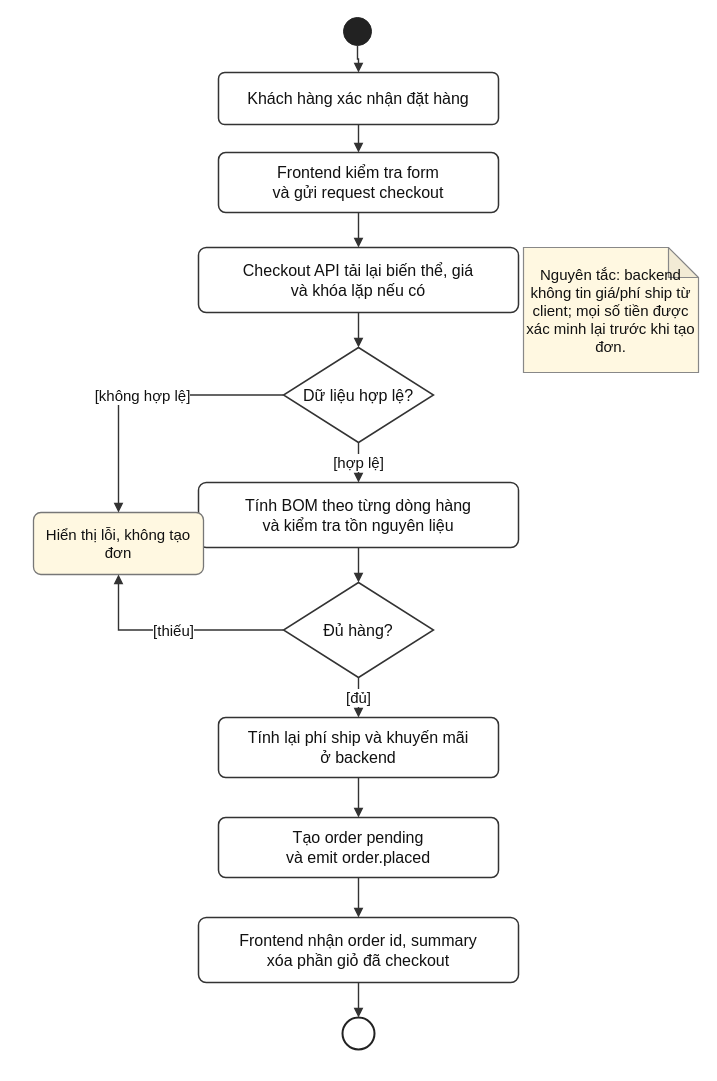
Before: docs/report/diagrams/checkout-sequence.drawio in pathust/mong.fruitboxz, a draw.io diagram. Source tidied: cells renumbered, new cells numbered last; positions are measured from the earlier drawing's top-left corner, leaving out a move shared by most shapes. Both pictures are drawn from the tidied source at 100%, with x=0, y=0 at pixel (33, 17).
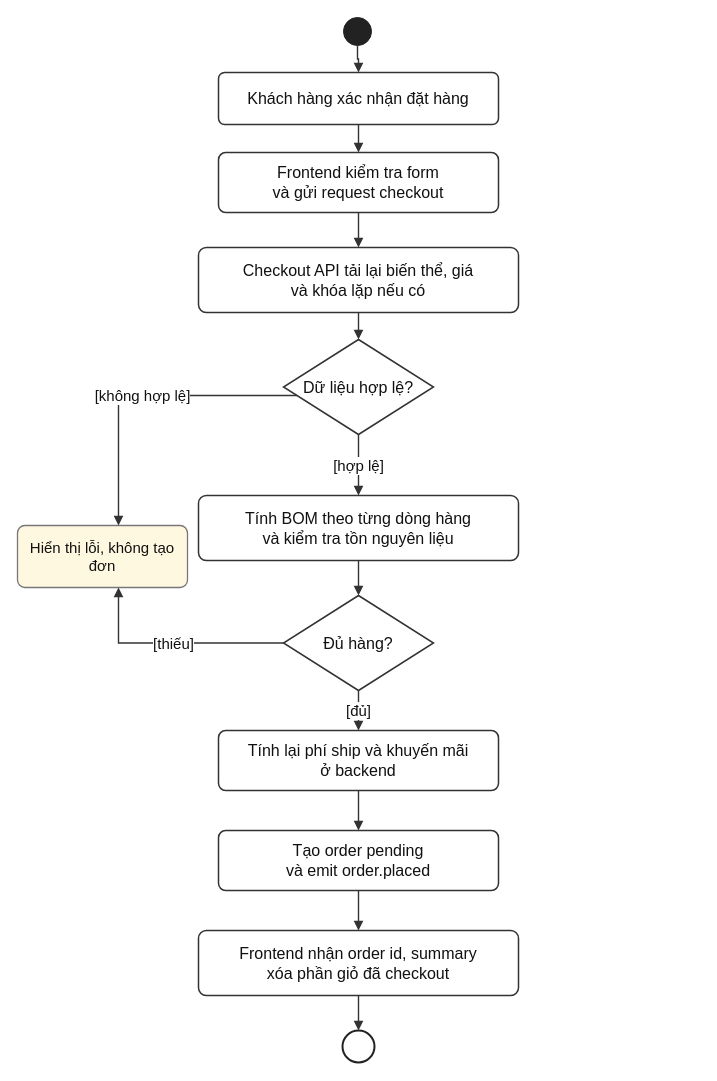
The same diagram, later.

Diff of the diagram source:
```diff
@@
     <mxCell id="6" value="Dữ liệu hợp lệ?" style="rhombus;whiteSpace=wrap;html=1;fillColor=#FFFFFF;strokeColor=#333333;strokeWidth=1.5;fontFamily=Arial;fontSize=16;fontColor=#111111;" parent="1" vertex="1">
-      <mxGeometry x="250" y="330" width="150" height="95" as="geometry" />
+      <mxGeometry x="250" y="322" width="150" height="95" as="geometry" />
     </mxCell>
     <mxCell id="7" value="Tính BOM theo từng dòng hàng&#10;và kiểm tra tồn nguyên liệu" style="rounded=1;arcSize=12;whiteSpace=wrap;html=1;fillColor=#FFFFFF;strokeColor=#333333;strokeWidth=1.5;fontFamily=Arial;fontSize=16;fontColor=#111111;" parent="1" vertex="1">
-      <mxGeometry x="165" y="465" width="320" height="65" as="geometry" />
+      <mxGeometry x="165" y="478" width="320" height="65" as="geometry" />
     </mxCell>
     <mxCell id="8" value="Đủ hàng?" style="rhombus;whiteSpace=wrap;html=1;fillColor=#FFFFFF;strokeColor=#333333;strokeWidth=1.5;fontFamily=Arial;fontSize=16;fontColor=#111111;" parent="1" vertex="1">
-      <mxGeometry x="250" y="565" width="150" height="95" as="geometry" />
+      <mxGeometry x="250" y="578" width="150" height="95" as="geometry" />
     </mxCell>
     <mxCell id="9" value="Tính lại phí ship và khuyến mãi&#10;ở backend" style="rounded=1;arcSize=12;whiteSpace=wrap;html=1;fillColor=#FFFFFF;strokeColor=#333333;strokeWidth=1.5;fontFamily=Arial;fontSize=16;fontColor=#111111;" parent="1" vertex="1">
-      <mxGeometry x="185" y="700" width="280" height="60" as="geometry" />
+      <mxGeometry x="185" y="713" width="280" height="60" as="geometry" />
     </mxCell>
     <mxCell id="10" value="Tạo order pending&#10;và emit order.placed" style="rounded=1;arcSize=12;whiteSpace=wrap;html=1;fillColor=#FFFFFF;strokeColor=#333333;strokeWidth=1.5;fontFamily=Arial;fontSize=16;fontColor=#111111;" parent="1" vertex="1">
-      <mxGeometry x="185" y="800" width="280" height="60" as="geometry" />
+      <mxGeometry x="185" y="813" width="280" height="60" as="geometry" />
     </mxCell>
     <mxCell id="11" value="Frontend nhận order id, summary&#10;xóa phần giỏ đã checkout" style="rounded=1;arcSize=12;whiteSpace=wrap;html=1;fillColor=#FFFFFF;strokeColor=#333333;strokeWidth=1.5;fontFamily=Arial;fontSize=16;fontColor=#111111;" parent="1" vertex="1">
-      <mxGeometry x="165" y="900" width="320" height="65" as="geometry" />
+      <mxGeometry x="165" y="913" width="320" height="65" as="geometry" />
     </mxCell>
     <mxCell id="12" style="ellipse;fillColor=#FFFFFF;strokeColor=#222222;strokeWidth=2;double=1;" parent="1" vertex="1">
-      <mxGeometry x="309" y="1000" width="32" height="32" as="geometry" />
+      <mxGeometry x="309" y="1013" width="32" height="32" as="geometry" />
     </mxCell>
     <mxCell id="13" value="Hiển thị lỗi, không tạo đơn" style="rounded=1;arcSize=12;whiteSpace=wrap;html=1;fillColor=#FFF8E1;strokeColor=#777777;strokeWidth=1.3;fontFamily=Arial;fontSize=15;fontColor=#111111;" parent="1" vertex="1">
-      <mxGeometry y="495" width="170" height="62" as="geometry" />
+      <mxGeometry x="-16" y="508" width="170" height="62" as="geometry" />
     </mxCell>
-    <mxCell id="14" value="Nguyên tắc: backend không tin giá/phí ship từ client; mọi số tiền được xác minh lại trước khi tạo đơn." style="shape=note;whiteSpace=wrap;html=1;backgroundOutline=1;darkOpacity=0.05;fillColor=#FFF8E1;strokeColor=#888888;strokeWidth=1.2;fontFamily=Arial;fontSize=15;fontColor=#111111;" parent="1" vertex="1">
-      <mxGeometry x="490" y="230" width="175" height="125" as="geometry" />
-    </mxCell>
@@
     <mxCell id="23" value="[thiếu]" style="edgeStyle=orthogonalEdgeStyle;rounded=0;html=1;endArrow=block;endFill=1;strokeColor=#333333;strokeWidth=1.4;fontFamily=Arial;fontSize=15;fontColor=#111111;" parent="1" edge="1" source="8" target="13">
       <mxGeometry relative="1" as="geometry">
         <Array as="points">
-          <mxPoint x="85" y="613" />
+          <mxPoint x="85" y="626" />
         </Array>
       </mxGeometry>
     </mxCell>
```
